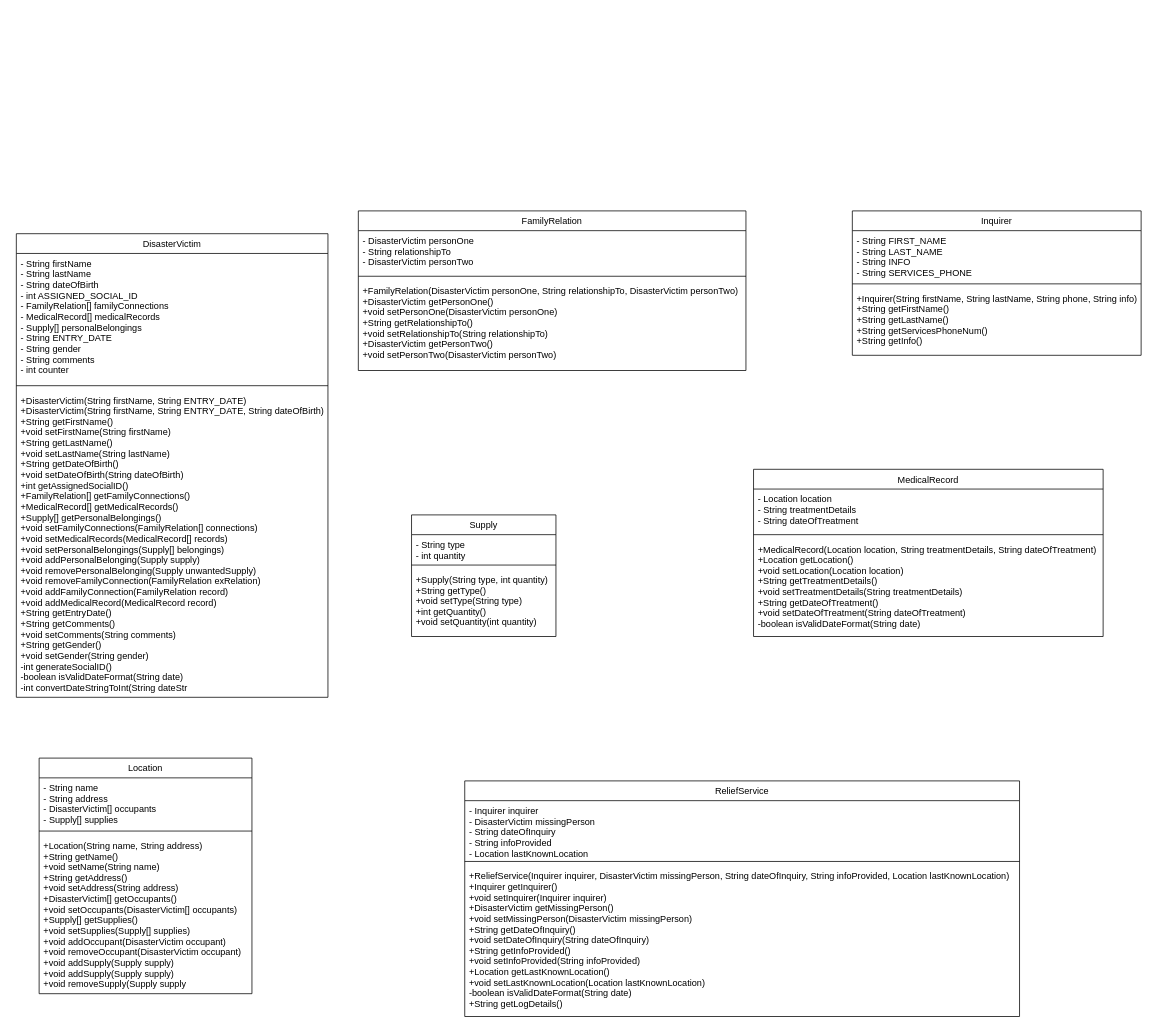
The draw.io diagram 30215645.drawio in Haroldmin1028/ENSF380-IA, before the edit. Source tidied: cells renumbered, new cells numbered last; positions are measured from the earlier drawing's top-left corner, leaving out a move shared by most shapes. Both pictures are drawn from the tidied source at 76%, with x=0, y=0 at pixel (16, 211).
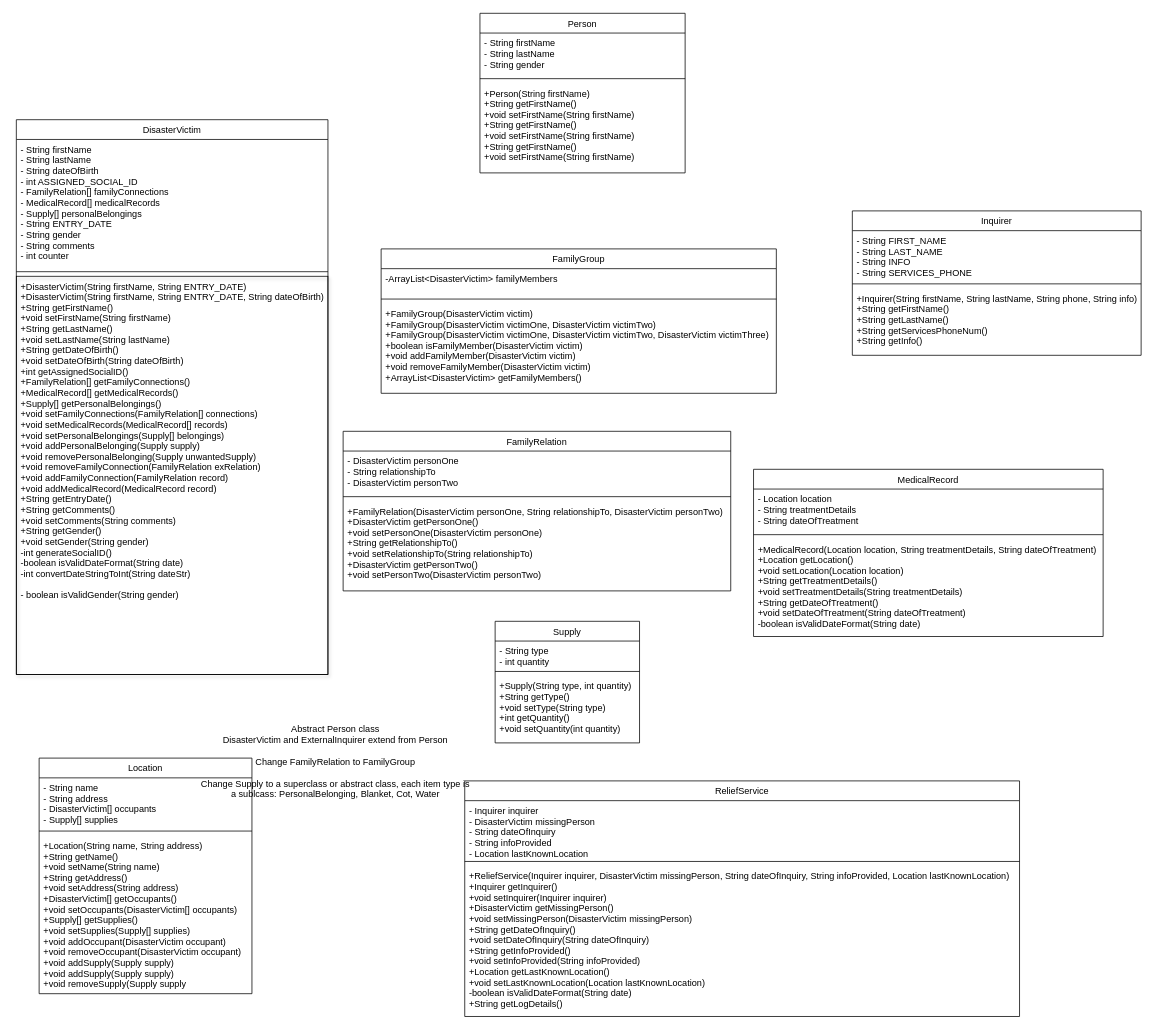
After the change.

Diff of the diagram source:
```diff
@@
     <mxCell id="2" value="DisasterVictim" style="swimlane;fontStyle=0;align=center;verticalAlign=top;horizontal=1;startSize=26;rounded=0;shadow=0;strokeWidth=1;" parent="1" vertex="1">
-      <mxGeometry y="30" width="410" height="610" as="geometry" />
+      <mxGeometry y="-120" width="410" height="730" as="geometry" />
     </mxCell>
@@
-    <mxCell id="5" value="+DisasterVictim(String firstName, String ENTRY_DATE)&#10;+DisasterVictim(String firstName, String ENTRY_DATE, String dateOfBirth)&#10;+String getFirstName()&#10;+void setFirstName(String firstName)&#10;+String getLastName()&#10;+void setLastName(String lastName)&#10;+String getDateOfBirth()&#10;+void setDateOfBirth(String dateOfBirth)&#10;+int getAssignedSocialID()&#10;+FamilyRelation[] getFamilyConnections()&#10;+MedicalRecord[] getMedicalRecords()&#10;+Supply[] getPersonalBelongings()&#10;+void setFamilyConnections(FamilyRelation[] connections)&#10;+void setMedicalRecords(MedicalRecord[] records)&#10;+void setPersonalBelongings(Supply[] belongings)&#10;+void addPersonalBelonging(Supply supply)&#10;+void removePersonalBelonging(Supply unwantedSupply)&#10;+void removeFamilyConnection(FamilyRelation exRelation)&#10;+void addFamilyConnection(FamilyRelation record)&#10;+void addMedicalRecord(MedicalRecord record)&#10;+String getEntryDate()&#10;+String getComments()&#10;+void setComments(String comments)&#10;+String getGender()&#10;+void setGender(String gender)&#10;-int generateSocialID()&#10;-boolean isValidDateFormat(String date)&#10;-int convertDateStringToInt(String dateStr" style="text;align=left;verticalAlign=top;spacingLeft=4;spacingRight=4;overflow=hidden;rounded=0;shadow=0;html=0;" parent="2" vertex="1">
-      <mxGeometry y="206" width="410" height="404" as="geometry" />
+    <mxCell id="5" value="+DisasterVictim(String firstName, String ENTRY_DATE)&#10;+DisasterVictim(String firstName, String ENTRY_DATE, String dateOfBirth)&#10;+String getFirstName()&#10;+void setFirstName(String firstName)&#10;+String getLastName()&#10;+void setLastName(String lastName)&#10;+String getDateOfBirth()&#10;+void setDateOfBirth(String dateOfBirth)&#10;+int getAssignedSocialID()&#10;+FamilyRelation[] getFamilyConnections()&#10;+MedicalRecord[] getMedicalRecords()&#10;+Supply[] getPersonalBelongings()&#10;+void setFamilyConnections(FamilyRelation[] connections)&#10;+void setMedicalRecords(MedicalRecord[] records)&#10;+void setPersonalBelongings(Supply[] belongings)&#10;+void addPersonalBelonging(Supply supply)&#10;+void removePersonalBelonging(Supply unwantedSupply)&#10;+void removeFamilyConnection(FamilyRelation exRelation)&#10;+void addFamilyConnection(FamilyRelation record)&#10;+void addMedicalRecord(MedicalRecord record)&#10;+String getEntryDate()&#10;+String getComments()&#10;+void setComments(String comments)&#10;+String getGender()&#10;+void setGender(String gender)&#10;-int generateSocialID()&#10;-boolean isValidDateFormat(String date)&#10;-int convertDateStringToInt(String dateStr)&#10;&#10;- boolean isValidGender(String gender)" style="text;align=left;verticalAlign=top;spacingLeft=4;spacingRight=4;overflow=hidden;rounded=0;shadow=1;html=0;strokeColor=#000000;" parent="2" vertex="1">
+      <mxGeometry y="206" width="410" height="524" as="geometry" />
     </mxCell>
     <mxCell id="6" value="FamilyRelation" style="swimlane;fontStyle=0;align=center;verticalAlign=top;horizontal=1;startSize=26;rounded=0;shadow=0;strokeWidth=1;" parent="1" vertex="1">
-      <mxGeometry x="450" width="510" height="210" as="geometry" />
+      <mxGeometry x="430" y="290" width="510" height="210" as="geometry" />
     </mxCell>
@@
     <mxCell id="22" value="Supply" style="swimlane;fontStyle=0;align=center;verticalAlign=top;horizontal=1;startSize=26;rounded=0;shadow=0;strokeWidth=1;" parent="1" vertex="1">
-      <mxGeometry x="520" y="400" width="190" height="160" as="geometry" />
+      <mxGeometry x="630" y="540" width="190" height="160" as="geometry" />
     </mxCell>
@@
+    <mxCell id="30" value="Abstract Person class&lt;br&gt;DisasterVictim and ExternalInquirer extend from Person&lt;br&gt;&lt;br&gt;Change FamilyRelation to FamilyGroup&lt;br&gt;&lt;br&gt;Change Supply to a superclass or abstract class, each item type is a sublcass: PersonalBelonging, Blanket, Cot, Water" style="text;strokeColor=none;align=center;fillColor=none;html=1;verticalAlign=middle;whiteSpace=wrap;rounded=0;" parent="1" vertex="1">
+      <mxGeometry x="240" y="560" width="360" height="330" as="geometry" />
+    </mxCell>
+    <mxCell id="31" value="Person" style="swimlane;fontStyle=0;align=center;verticalAlign=top;horizontal=1;startSize=26;rounded=0;shadow=0;strokeWidth=1;" parent="1" vertex="1">
+      <mxGeometry x="610" y="-260" width="270" height="210" as="geometry" />
+    </mxCell>
+    <mxCell id="32" value="- String firstName&#10;- String lastName&#10;- String gender" style="text;align=left;verticalAlign=top;spacingLeft=4;spacingRight=4;overflow=hidden;rounded=0;shadow=0;html=0;" parent="31" vertex="1">
+      <mxGeometry y="26" width="270" height="54" as="geometry" />
+    </mxCell>
+    <mxCell id="33" style="line;html=1;strokeWidth=1;align=left;verticalAlign=middle;spacingTop=-1;spacingLeft=3;spacingRight=3;labelPosition=right;" parent="31" vertex="1">
+      <mxGeometry y="80" width="270" height="12" as="geometry" />
+    </mxCell>
+    <mxCell id="34" value="+Person(String firstName)&#10;+String getFirstName()&#10;+void setFirstName(String firstName)&#10;+String getFirstName()&#10;+void setFirstName(String firstName)&#10;+String getFirstName()&#10;+void setFirstName(String firstName)" style="text;align=left;verticalAlign=top;spacingLeft=4;spacingRight=4;overflow=hidden;rounded=0;shadow=0;html=0;" parent="31" vertex="1">
+      <mxGeometry y="92" width="270" height="118" as="geometry" />
+    </mxCell>
+    <mxCell id="35" value="FamilyGroup" style="swimlane;fontStyle=0;align=center;verticalAlign=top;horizontal=1;startSize=26;rounded=0;shadow=0;strokeWidth=1;" parent="1" vertex="1">
+      <mxGeometry x="480" y="50" width="520" height="190" as="geometry" />
+    </mxCell>
+    <mxCell id="36" value="-ArrayList&lt;DisasterVictim&gt; familyMembers" style="text;align=left;verticalAlign=top;spacingLeft=4;spacingRight=4;overflow=hidden;rounded=0;shadow=0;html=0;" parent="35" vertex="1">
+      <mxGeometry y="26" width="520" height="34" as="geometry" />
+    </mxCell>
+    <mxCell id="37" style="line;html=1;strokeWidth=1;align=left;verticalAlign=middle;spacingTop=-1;spacingLeft=3;spacingRight=3;labelPosition=right;" parent="35" vertex="1">
+      <mxGeometry y="60" width="520" height="12" as="geometry" />
+    </mxCell>
+    <mxCell id="38" value="+FamilyGroup(DisasterVictim victim)&#10;+FamilyGroup(DisasterVictim victimOne, DisasterVictim victimTwo)&#10;+FamilyGroup(DisasterVictim victimOne, DisasterVictim victimTwo, DisasterVictim victimThree)&#10;+boolean isFamilyMember(DisasterVictim victim)&#10;+void addFamilyMember(DisasterVictim victim)&#10;+void removeFamilyMember(DisasterVictim victim)&#10;+ArrayList&lt;DisasterVictim&gt; getFamilyMembers()&#10;" style="text;align=left;verticalAlign=top;spacingLeft=4;spacingRight=4;overflow=hidden;rounded=0;shadow=0;html=0;" parent="35" vertex="1">
+      <mxGeometry y="72" width="520" height="118" as="geometry" />
+    </mxCell>
```
